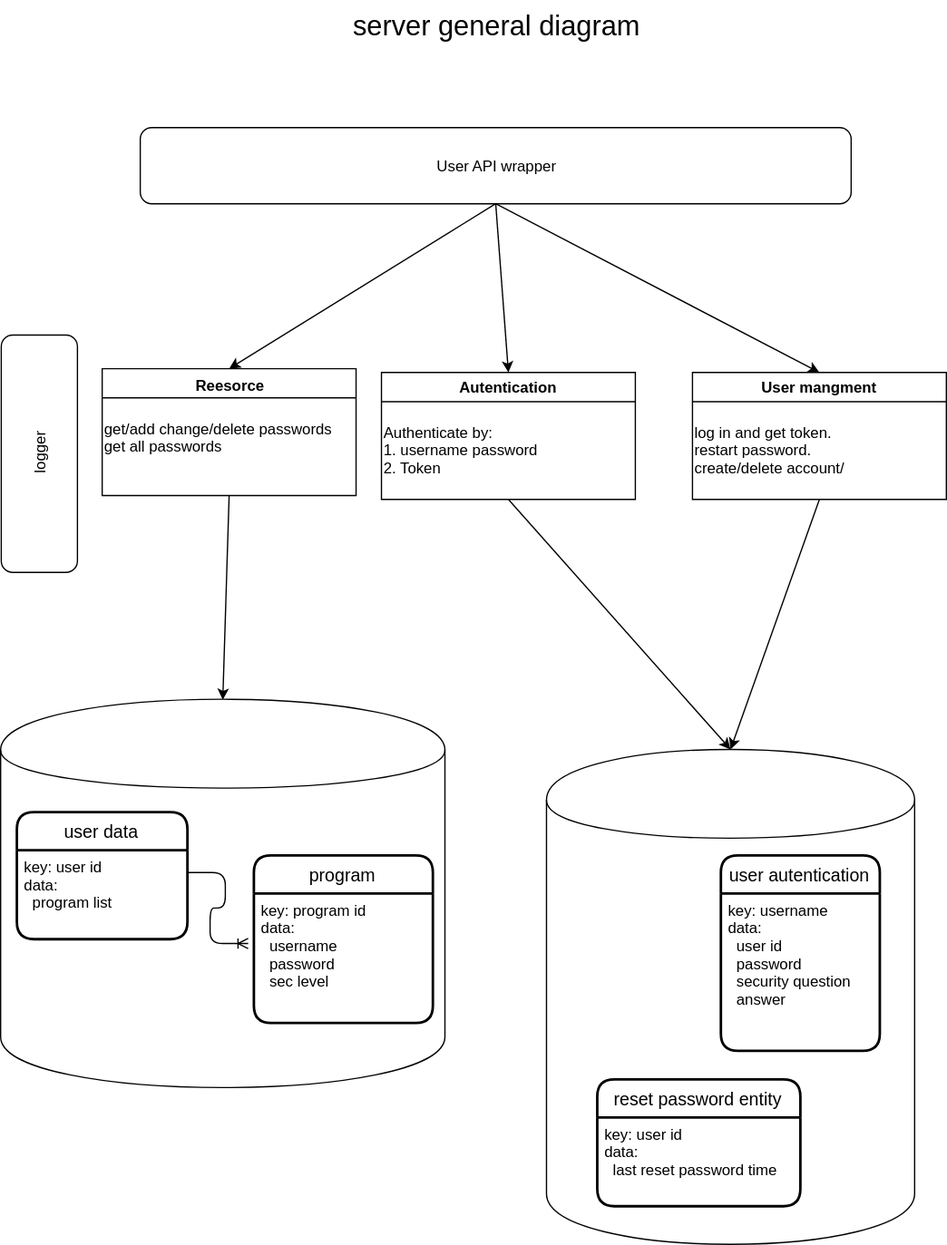
The draw.io diagram Documents/server scema.svg in adibl/password_saver, before a commit. Source tidied: cells renumbered, new cells last; positions are measured from the earlier drawing's top-left corner, leaving out a move shared by most shapes.
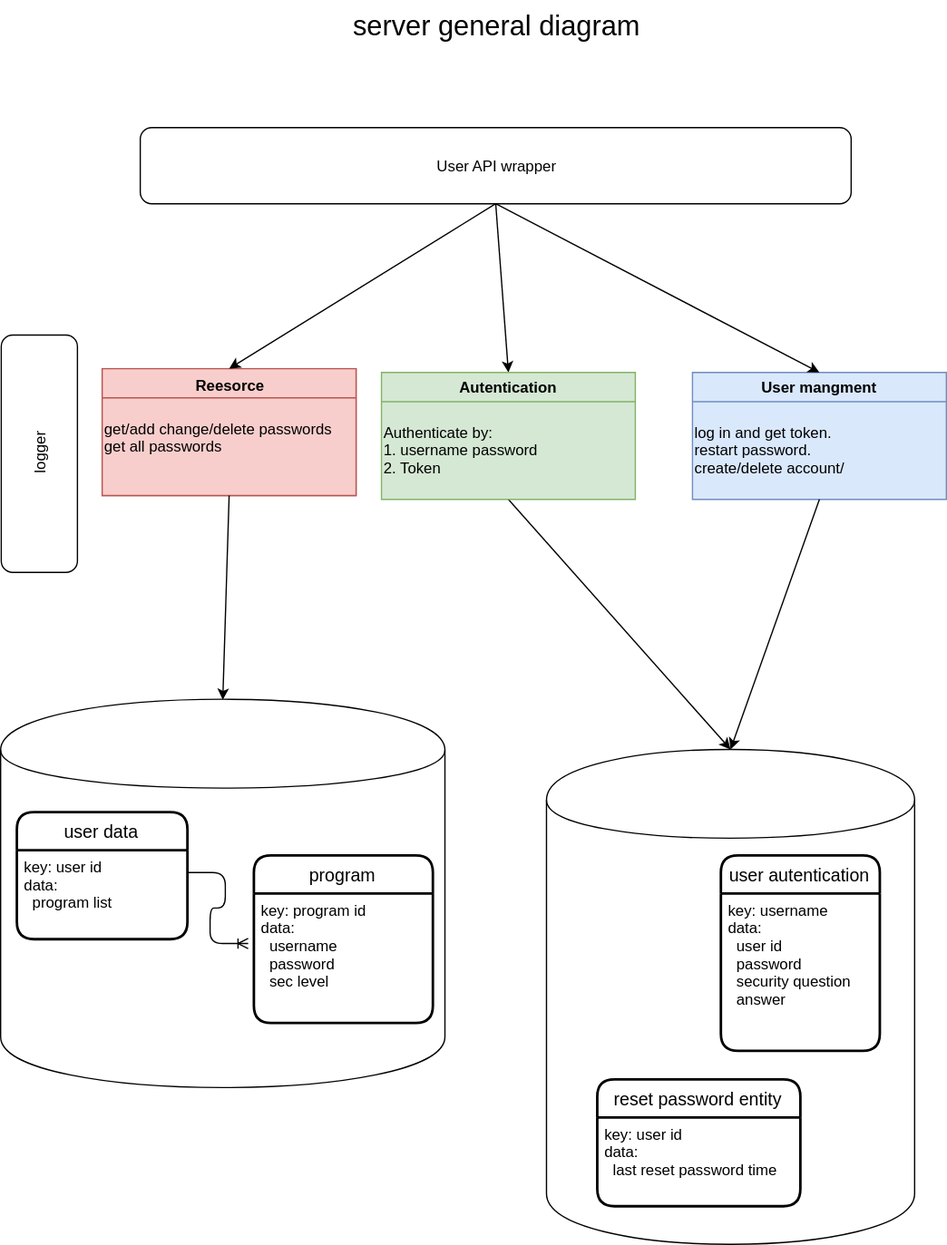
After the commit.

Commit message:
server scema update colors

Diff of the diagram source:
```diff
@@ -8,10 +8,10 @@
     <mxCell id="3" value="User API wrapper" style="rounded=1;whiteSpace=wrap;html=1;" parent="1" vertex="1">
       <mxGeometry x="173" y="100" width="560" height="60" as="geometry" />
     </mxCell>
-    <mxCell id="4" style="group;" parent="1" vertex="1">
+    <mxCell id="4" style="group;fillColor=#f8cecc;strokeColor=#b85450;" parent="1" vertex="1">
       <mxGeometry x="143" y="290" width="200" height="100" as="geometry" />
     </mxCell>
-    <mxCell id="5" value="Reesorce" style="swimlane;startSize=23;whiteSpace=wrap;html=1;" parent="4" vertex="1">
+    <mxCell id="5" value="Reesorce" style="swimlane;startSize=23;whiteSpace=wrap;html=1;swimlaneFillColor=#F8CECC;fillColor=#F8CECC;strokeColor=#b85450;" parent="4" vertex="1">
       <mxGeometry width="200" height="100" as="geometry" />
     </mxCell>
     <mxCell id="6" value="get/add change/delete passwords&#10;get all passwords&#10;" style="text;align=left;verticalAlign=top;spacingTop=-4;" parent="5" vertex="1">
@@ -38,7 +38,7 @@
     <mxCell id="13" style="edgeStyle=entityRelationEdgeStyle;fontSize=12;html=1;endArrow=ERoneToMany;exitX=1;exitY=0.25;exitDx=0;exitDy=0;entryX=-0.029;entryY=0.389;entryDx=0;entryDy=0;entryPerimeter=0;" parent="7" edge="1" source="10" target="12">
       <mxGeometry relative="1" as="geometry" />
     </mxCell>
-    <mxCell id="14" value="User mangment" style="swimlane;startSize=23;" parent="1" vertex="1">
+    <mxCell id="14" value="User mangment" style="swimlane;startSize=23;fillColor=#DAE8FC;strokeColor=#6c8ebf;swimlaneFillColor=#DAE8FC;" parent="1" vertex="1">
       <mxGeometry x="608" y="293" width="200" height="100" as="geometry" />
     </mxCell>
     <mxCell id="15" value="log in and get token.&#10;restart password.&#10;create/delete account/&#10;" style="text;align=left;verticalAlign=top;spacingTop=-4;" parent="14" vertex="1">
@@ -62,7 +62,7 @@
     <mxCell id="21" style="endArrow=classic;html=1;exitX=0.5;exitY=1;exitDx=0;exitDy=0;entryX=0.5;entryY=0;entryDx=0;entryDy=0;" parent="1" edge="1" source="22" target="20">
       <mxGeometry relative="1" as="geometry" />
     </mxCell>
-    <mxCell id="22" value="Autentication" style="swimlane;startSize=23;" parent="1" vertex="1">
+    <mxCell id="22" value="Autentication" style="swimlane;startSize=23;fillColor=#D5E8D4;strokeColor=#82b366;swimlaneFillColor=#D5E8D4;" parent="1" vertex="1">
       <mxGeometry x="363" y="293" width="200" height="100" as="geometry" />
     </mxCell>
     <mxCell id="23" value="Authenticate by:&#10;1. username password&#10;2. Token&#10;" style="text;align=left;verticalAlign=top;spacingTop=-4;" parent="22" vertex="1">
```
